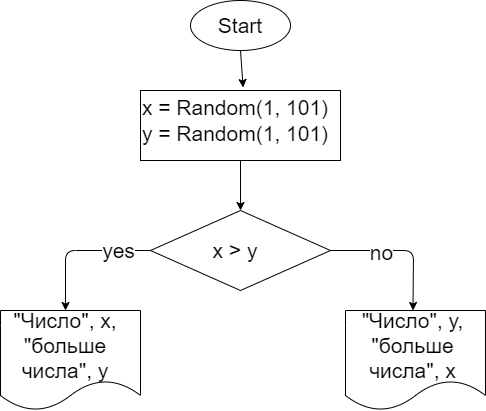
valentina-bartko/HomeworkC0807 keeps this draw.io diagram as ex001/ex001.drawio.png. Above is the earlier version. Source tidied: cells renumbered, new cells last; positions are measured from the earlier drawing's top-left corner, leaving out a move shared by most shapes. Source of this version:
```xml
<mxGraphModel>
  <root>
    <mxCell id="0" />
    <mxCell id="1" parent="0" />
    <mxCell id="2" style="ellipse;whiteSpace=wrap;html=1;" parent="1" vertex="1">
      <mxGeometry x="190" width="100" height="50" as="geometry" />
    </mxCell>
    <mxCell id="3" value="Start" style="text;html=1;strokeColor=none;fillColor=none;align=center;verticalAlign=middle;whiteSpace=wrap;rounded=0;fontSize=21;" parent="1" vertex="1">
      <mxGeometry x="200" y="10" width="80" height="30" as="geometry" />
    </mxCell>
    <mxCell id="4" style="rounded=0;whiteSpace=wrap;html=1;fontSize=21;" parent="1" vertex="1">
      <mxGeometry x="140" y="90" width="200" height="70" as="geometry" />
    </mxCell>
    <mxCell id="5" value="x = Random(1, 101)&lt;br&gt;y = Random(1, 101)" style="text;html=1;strokeColor=none;fillColor=none;align=center;verticalAlign=middle;whiteSpace=wrap;rounded=0;fontSize=21;" parent="1" vertex="1">
      <mxGeometry x="140" y="90" width="190" height="60" as="geometry" />
    </mxCell>
    <mxCell id="6" style="endArrow=classic;html=1;fontSize=21;exitX=0.5;exitY=1;exitDx=0;exitDy=0;entryX=0.54;entryY=-0.05;entryDx=0;entryDy=0;entryPerimeter=0;" parent="1" edge="1" source="2" target="5">
      <mxGeometry relative="1" as="geometry" />
    </mxCell>
    <mxCell id="7" style="rhombus;whiteSpace=wrap;html=1;fontSize=21;" parent="1" vertex="1">
      <mxGeometry x="150" y="210" width="180" height="80" as="geometry" />
    </mxCell>
    <mxCell id="8" value="x &amp;gt; y" style="text;html=1;strokeColor=none;fillColor=none;align=center;verticalAlign=middle;whiteSpace=wrap;rounded=0;fontSize=21;" parent="1" vertex="1">
      <mxGeometry x="180" y="235" width="110" height="30" as="geometry" />
    </mxCell>
    <mxCell id="9" style="endArrow=classic;html=1;fontSize=21;exitX=0.5;exitY=1;exitDx=0;exitDy=0;entryX=0.5;entryY=0;entryDx=0;entryDy=0;" parent="1" edge="1" source="4" target="7">
      <mxGeometry relative="1" as="geometry" />
    </mxCell>
    <mxCell id="10" style="shape=document;whiteSpace=wrap;html=1;boundedLbl=1;fontSize=21;" parent="1" vertex="1">
      <mxGeometry y="310" width="140" height="100" as="geometry" />
    </mxCell>
    <mxCell id="11" value="&quot;Число&quot;, x, &quot;больше числа&quot;, y" style="text;html=1;strokeColor=none;fillColor=none;align=center;verticalAlign=middle;whiteSpace=wrap;rounded=0;fontSize=21;" parent="1" vertex="1">
      <mxGeometry y="310" width="130" height="70" as="geometry" />
    </mxCell>
    <mxCell id="12" style="endArrow=classic;html=1;fontSize=21;exitX=0;exitY=0.5;exitDx=0;exitDy=0;entryX=0.5;entryY=0;entryDx=0;entryDy=0;" parent="1" edge="1" source="7" target="11">
      <mxGeometry relative="1" as="geometry">
        <Array as="points">
          <mxPoint x="65" y="250" />
        </Array>
      </mxGeometry>
    </mxCell>
    <mxCell id="13" value="yes" style="edgeLabel;html=1;align=center;verticalAlign=middle;fontSize=21;" parent="12" vertex="1">
      <mxGeometry x="-0.55" y="-1" relative="1" as="geometry" />
    </mxCell>
    <mxCell id="14" style="shape=document;whiteSpace=wrap;html=1;boundedLbl=1;fontSize=21;" parent="1" vertex="1">
      <mxGeometry x="345" y="310" width="140" height="100" as="geometry" />
    </mxCell>
    <mxCell id="15" value="&quot;Число&quot;, y, &quot;больше числа&quot;, x" style="text;html=1;strokeColor=none;fillColor=none;align=center;verticalAlign=middle;whiteSpace=wrap;rounded=0;fontSize=21;" parent="1" vertex="1">
      <mxGeometry x="345" y="310" width="135" height="70" as="geometry" />
    </mxCell>
    <mxCell id="16" style="endArrow=classic;html=1;fontSize=21;entryX=0.5;entryY=0;entryDx=0;entryDy=0;exitX=1;exitY=0.5;exitDx=0;exitDy=0;" parent="1" edge="1" source="7" target="15">
      <mxGeometry relative="1" as="geometry">
        <Array as="points">
          <mxPoint x="413" y="250" />
        </Array>
      </mxGeometry>
    </mxCell>
    <mxCell id="17" value="no" style="edgeLabel;html=1;align=center;verticalAlign=middle;fontSize=21;" parent="16" vertex="1">
      <mxGeometry x="-0.3" y="-1" relative="1" as="geometry" />
    </mxCell>
  </root>
</mxGraphModel>
```
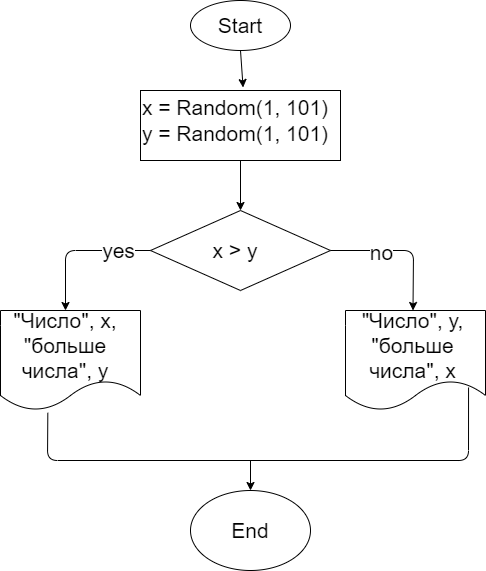
After the commit.

Commit message:
Solved the first issue

What changed in the source:
```diff
@@ -58,5 +58,24 @@
     <mxCell id="17" value="no" style="edgeLabel;html=1;align=center;verticalAlign=middle;fontSize=21;" parent="16" vertex="1">
       <mxGeometry x="-0.3" y="-1" relative="1" as="geometry" />
     </mxCell>
+    <mxCell id="18" style="ellipse;whiteSpace=wrap;html=1;fontSize=21;" parent="1" vertex="1">
+      <mxGeometry x="190" y="490" width="120" height="80" as="geometry" />
+    </mxCell>
+    <mxCell id="19" value="End" style="text;html=1;strokeColor=none;fillColor=none;align=center;verticalAlign=middle;whiteSpace=wrap;rounded=0;fontSize=21;" parent="1" vertex="1">
+      <mxGeometry x="210" y="505" width="80" height="50" as="geometry" />
+    </mxCell>
+    <mxCell id="20" style="endArrow=none;html=1;fontSize=21;exitX=0.338;exitY=1.023;exitDx=0;exitDy=0;exitPerimeter=0;entryX=0.879;entryY=0.77;entryDx=0;entryDy=0;entryPerimeter=0;" parent="1" edge="1" source="10" target="14">
+      <mxGeometry relative="1" as="geometry">
+        <Array as="points">
+          <mxPoint x="47" y="460" />
+          <mxPoint x="468" y="460" />
+        </Array>
+      </mxGeometry>
+    </mxCell>
+    <mxCell id="21" style="endArrow=classic;html=1;fontSize=21;entryX=0.5;entryY=0;entryDx=0;entryDy=0;" parent="1" edge="1" target="18">
+      <mxGeometry relative="1" as="geometry">
+        <mxPoint x="250" y="460" as="sourcePoint" />
+      </mxGeometry>
+    </mxCell>
   </root>
 </mxGraphModel>
```
